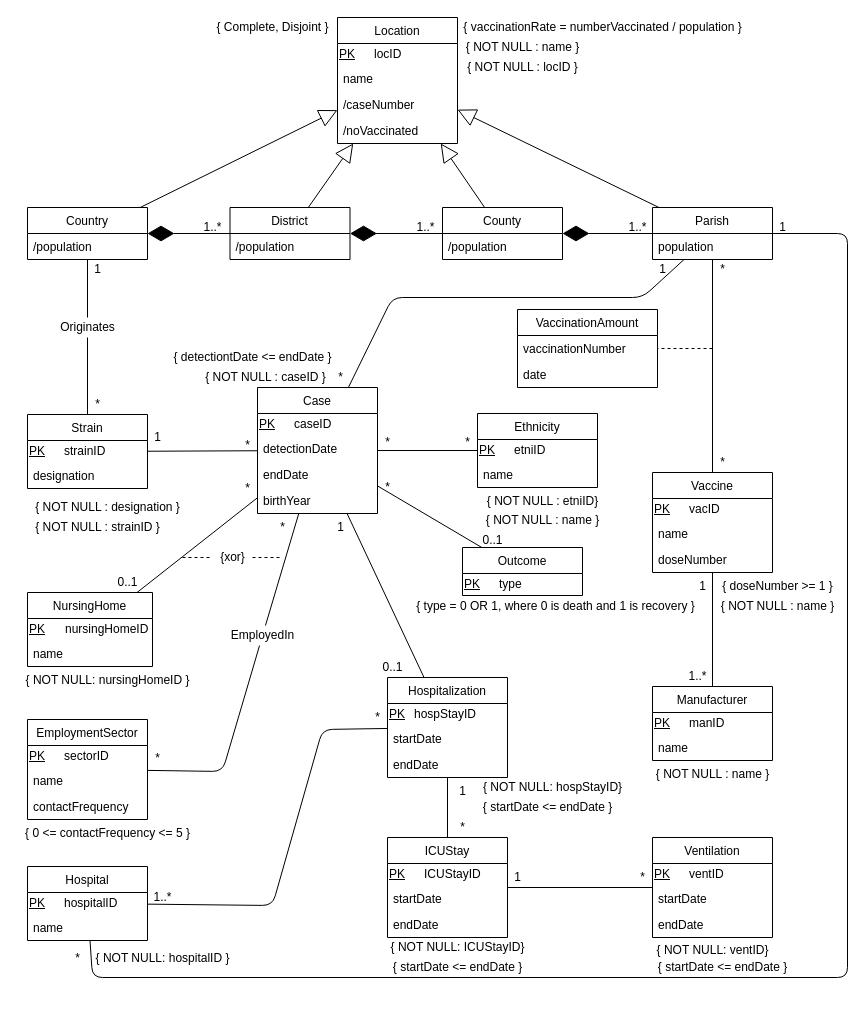
This is proj.drawio from DreFlo/bdad-proj, a draw.io file, before an edit. Source tidied: cells renumbered, new cells numbered last; positions are measured from the earlier drawing's top-left corner, leaving out a move shared by most shapes. Both pictures are drawn from the tidied source at 100%, with x=0, y=0 at pixel (17, 17).
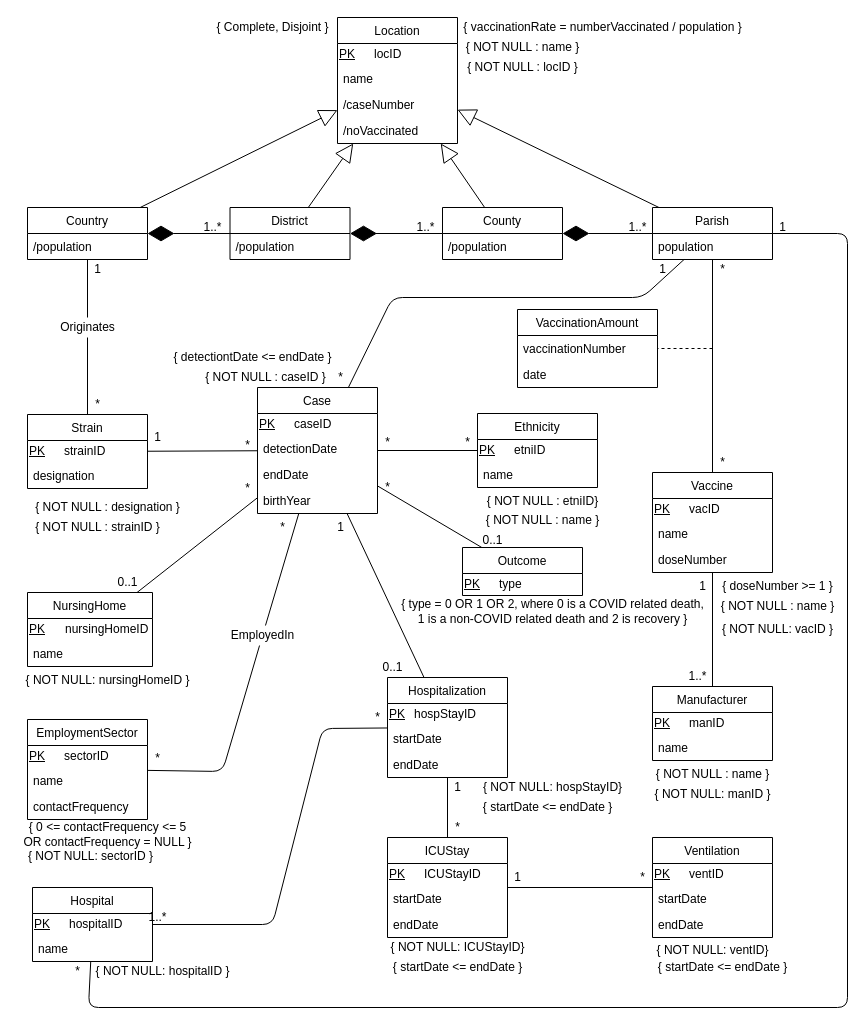
The same page after the edit.

Commit message (it also covers changes not shown here):
All NOT NULLs ready

Unchanged cells that the change refers to:
```xml
<mxCell id="8" value="Parish" style="swimlane;fontStyle=0;horizontal=1;startSize=26;fillColor=none;" parent="1" vertex="1">
  <mxGeometry x="635" y="190" width="120" height="52" as="geometry" />
</mxCell>
<mxCell id="88" value="Hospitalization" style="swimlane;fontStyle=0;horizontal=1;startSize=26;fillColor=none;" parent="1" vertex="1">
  <mxGeometry x="370" y="660" width="120" height="100" as="geometry" />
</mxCell>
```

What changed in the source:
```diff
@@
-    <mxCell id="102" value="{ 0 &amp;lt;= contactFrequency &amp;lt;= 5 }" style="text;html=1;align=center;verticalAlign=middle;" parent="1" vertex="1">
-      <mxGeometry y="806" width="180" height="20" as="geometry" />
+    <mxCell id="102" value="{ 0 &amp;lt;= contactFrequency &amp;lt;= 5 &lt;br&gt;OR contactFrequency = NULL }" style="text;html=1;align=center;verticalAlign=middle;" parent="1" vertex="1">
+      <mxGeometry y="802" width="180" height="30" as="geometry" />
     </mxCell>
@@
-    <mxCell id="110" value="{ type = 0 OR 1, where 0 is death and 1 is recovery }" style="text;html=1;align=center;verticalAlign=middle;" parent="1" vertex="1">
-      <mxGeometry x="392.5" y="579" width="290" height="20" as="geometry" />
+    <mxCell id="110" value="{ type = 0 OR 1 OR 2, where 0 is a COVID related death,&lt;br&gt;1 is a non-COVID related death and 2 is recovery }" style="text;html=1;align=center;verticalAlign=middle;" parent="1" vertex="1">
+      <mxGeometry x="375" y="579" width="320" height="30" as="geometry" />
     </mxCell>
@@
     <mxCell id="127" value="1" style="text;html=1;align=center;verticalAlign=middle;" parent="1" vertex="1">
-      <mxGeometry x="435" y="764" width="20" height="20" as="geometry" />
+      <mxGeometry x="430" y="760" width="20" height="20" as="geometry" />
     </mxCell>
     <mxCell id="128" value="*" style="text;html=1;align=center;verticalAlign=middle;" parent="1" vertex="1">
-      <mxGeometry x="435" y="800" width="20" height="20" as="geometry" />
+      <mxGeometry x="430" y="800" width="20" height="20" as="geometry" />
     </mxCell>
@@
     <mxCell id="153" value="Hospital" style="swimlane;fontStyle=0;horizontal=1;startSize=26;fillColor=none;" parent="1" vertex="1">
-      <mxGeometry x="10" y="849" width="120" height="74" as="geometry" />
+      <mxGeometry x="15" y="870" width="120" height="74" as="geometry" />
     </mxCell>
@@
     <mxCell id="159" style="endArrow=none;html=1;" parent="1" edge="1" source="153" target="88">
       <mxGeometry relative="1" as="geometry">
         <Array as="points">
-          <mxPoint x="255" y="888" />
-          <mxPoint x="305" y="712" />
+          <mxPoint x="255" y="907" />
+          <mxPoint x="305" y="711" />
         </Array>
       </mxGeometry>
     </mxCell>
     <mxCell id="160" value="1..*" style="text;html=1;align=center;verticalAlign=middle;" parent="1" vertex="1">
-      <mxGeometry x="130" y="870" width="30" height="20" as="geometry" />
+      <mxGeometry x="125" y="890" width="30" height="20" as="geometry" />
     </mxCell>
@@
     <mxCell id="165" style="endArrow=none;html=1;" parent="1" edge="1" source="153" target="8">
       <mxGeometry relative="1" as="geometry">
         <Array as="points">
-          <mxPoint x="75" y="960" />
-          <mxPoint x="830" y="960" />
+          <mxPoint x="71" y="990" />
+          <mxPoint x="830" y="990" />
           <mxPoint x="830" y="216" />
         </Array>
       </mxGeometry>
     </mxCell>
     <mxCell id="166" value="*" style="text;html=1;align=center;verticalAlign=middle;" parent="1" vertex="1">
-      <mxGeometry x="50" y="930.5" width="20" height="20" as="geometry" />
+      <mxGeometry x="50" y="944" width="20" height="20" as="geometry" />
     </mxCell>
@@
-    <mxCell id="171" style="endArrow=none;dashed=1;html=1;" parent="1" edge="1" source="172">
-      <mxGeometry relative="1" as="geometry">
-        <mxPoint x="265" y="540" as="targetPoint" />
-      </mxGeometry>
-    </mxCell>
-    <mxCell id="172" value="{xor}" style="text;html=1;align=center;verticalAlign=middle;points=[];" parent="1" vertex="1">
-      <mxGeometry x="195" y="530" width="40" height="20" as="geometry" />
-    </mxCell>
-    <mxCell id="173" style="endArrow=none;dashed=1;html=1;" parent="1" edge="1" target="172">
-      <mxGeometry relative="1" as="geometry">
-        <mxPoint x="165" y="540" as="sourcePoint" />
-      </mxGeometry>
-    </mxCell>
     <mxCell id="174" value="{ NOT NULL: hospitalID }" style="text;html=1;align=center;verticalAlign=middle;" parent="1" vertex="1">
-      <mxGeometry x="70" y="930.5" width="150" height="20" as="geometry" />
+      <mxGeometry x="70" y="944" width="150" height="20" as="geometry" />
     </mxCell>
@@
+    <mxCell id="182" value="{ NOT NULL: sectorID }" style="text;html=1;align=center;verticalAlign=middle;" parent="1" vertex="1">
+      <mxGeometry x="2.5" y="829" width="140" height="20" as="geometry" />
+    </mxCell>
+    <mxCell id="183" value="{ NOT NULL: manID }" style="text;html=1;align=center;verticalAlign=middle;" parent="1" vertex="1">
+      <mxGeometry x="630" y="767" width="130" height="20" as="geometry" />
+    </mxCell>
+    <mxCell id="184" value="{ NOT NULL: vacID }" style="text;html=1;align=center;verticalAlign=middle;" parent="1" vertex="1">
+      <mxGeometry x="695" y="602" width="130" height="20" as="geometry" />
+    </mxCell>
```
